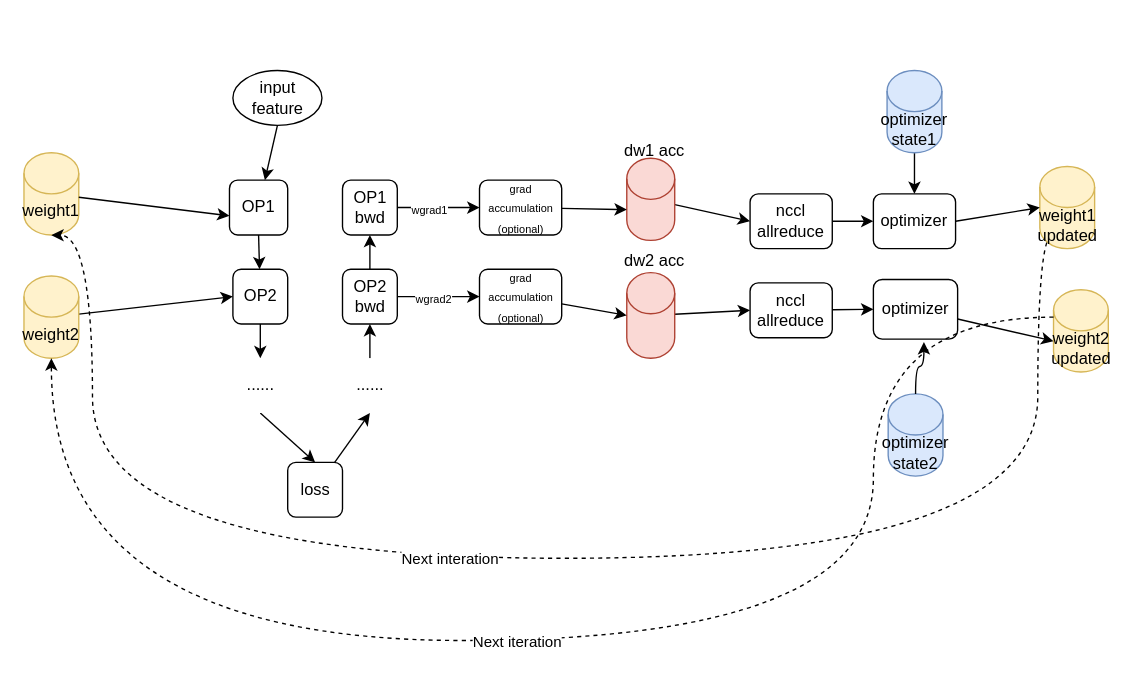
Before: ddp.drawio in thereAreDemonsNearby/DynamoRIOAndDrCCTProfNotes, a draw.io diagram. Source tidied: cells renumbered, new cells numbered last; positions are measured from the earlier drawing's top-left corner, leaving out a move shared by most shapes. Both pictures are drawn from the tidied source at 137%, with x=0, y=0 at pixel (23, 70).
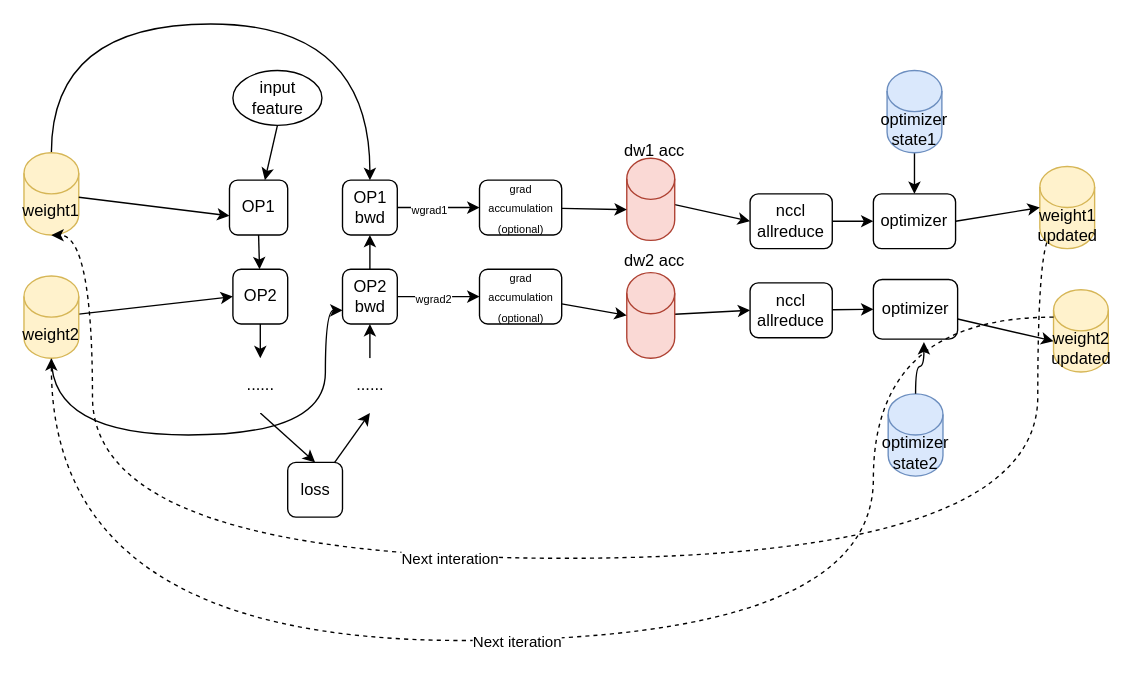
After the change.

Unchanged cells that the change refers to:
```xml
<mxCell id="14" value="&lt;div&gt;OP2&lt;/div&gt;&lt;div&gt;bwd&lt;/div&gt;" style="rounded=1;whiteSpace=wrap;html=1;" parent="1" vertex="1">
  <mxGeometry x="232.5" y="145" width="40" height="40" as="geometry" />
</mxCell>
<mxCell id="17" value="&lt;div&gt;OP1&lt;/div&gt;&lt;div&gt;bwd&lt;/div&gt;" style="rounded=1;whiteSpace=wrap;html=1;" parent="1" vertex="1">
  <mxGeometry x="232.5" y="80" width="40" height="40" as="geometry" />
</mxCell>
<mxCell id="30" value="weight1" style="shape=cylinder3;whiteSpace=wrap;html=1;boundedLbl=1;backgroundOutline=1;size=15;fillColor=#fff2cc;strokeColor=#d6b656;" parent="1" vertex="1">
  <mxGeometry y="60" width="40" height="60" as="geometry" />
</mxCell>
<mxCell id="32" value="weight2" style="shape=cylinder3;whiteSpace=wrap;html=1;boundedLbl=1;backgroundOutline=1;size=15;fillColor=#fff2cc;strokeColor=#d6b656;" parent="1" vertex="1">
  <mxGeometry y="150" width="40" height="60" as="geometry" />
</mxCell>
```

The edit, as a diff of the source:
```diff
@@
+    <mxCell id="54" style="edgeStyle=orthogonalEdgeStyle;rounded=0;jettySize=auto;html=1;entryX=0.5;entryY=0;entryDx=0;entryDy=0;curved=1;" parent="1" edge="1" source="30" target="17">
+      <mxGeometry relative="1" as="geometry">
+        <Array as="points">
+          <mxPoint x="20" y="-34" />
+          <mxPoint x="253" y="-34" />
+        </Array>
+      </mxGeometry>
+    </mxCell>
@@
+    <mxCell id="55" style="edgeStyle=orthogonalEdgeStyle;rounded=0;jettySize=auto;html=1;entryX=0;entryY=0.75;entryDx=0;entryDy=0;curved=1;" parent="1" edge="1" source="32" target="14">
+      <mxGeometry relative="1" as="geometry">
+        <Array as="points">
+          <mxPoint x="20" y="266" />
+          <mxPoint x="220" y="266" />
+          <mxPoint x="220" y="175" />
+        </Array>
+      </mxGeometry>
+    </mxCell>
```
